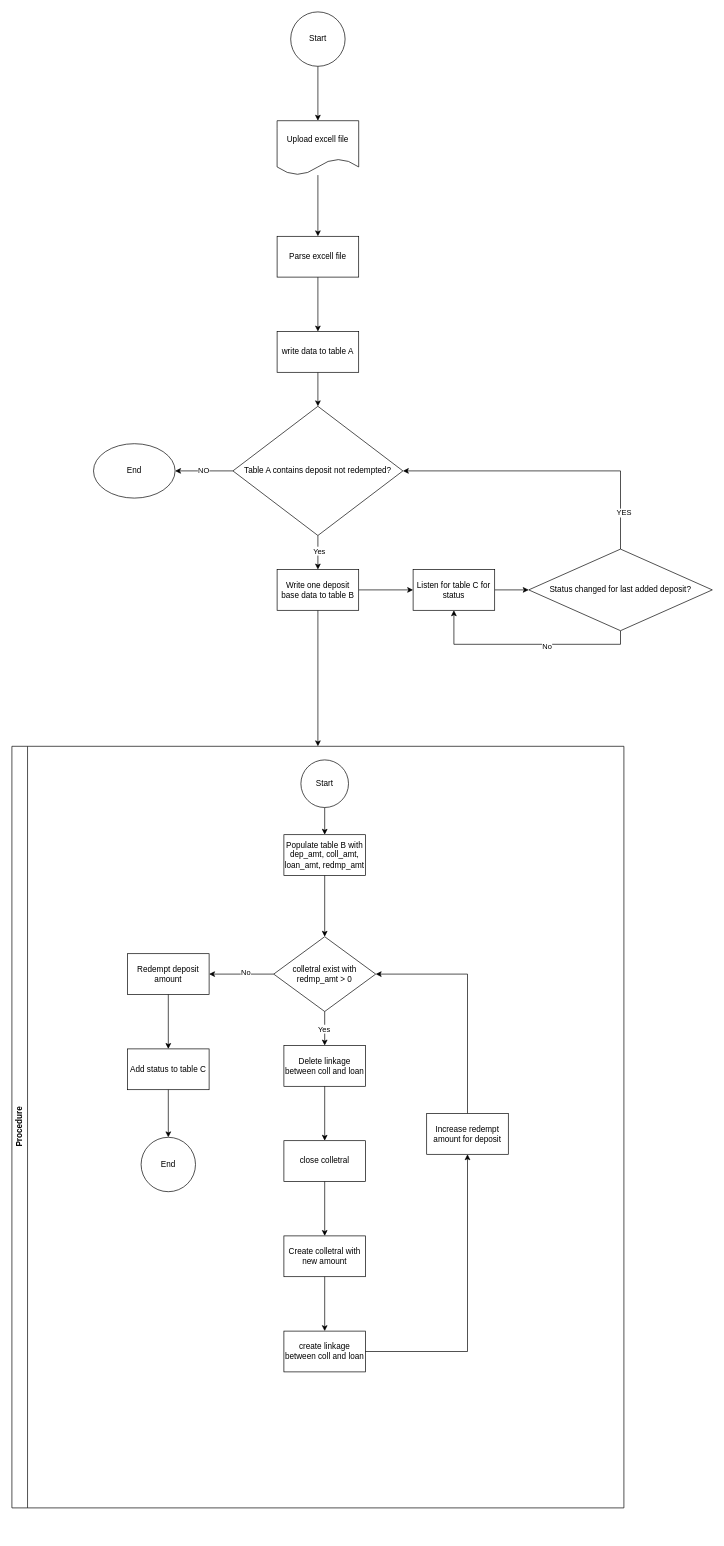
Earlier version of the draw.io diagram Untitled Diagram.drawio (mhasanov1996/diagrams). Source tidied: cells renumbered, new cells numbered last; positions are measured from the earlier drawing's top-left corner, leaving out a move shared by most shapes. Both pictures are drawn from the tidied source at 68%, with x=0, y=0 at pixel (12, 12).
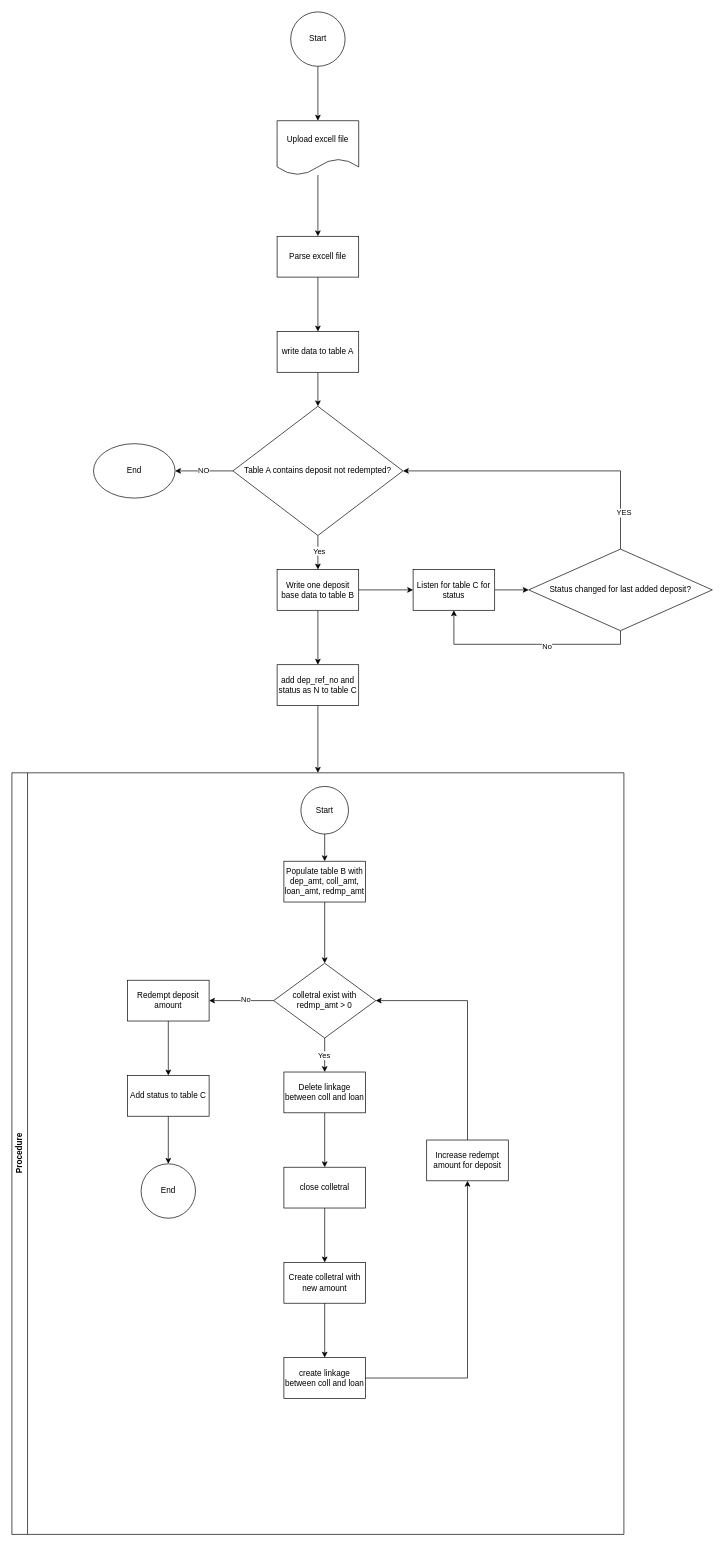
The same page after the edit.

Commit message:
Update with table C entry process

Unchanged cells that the change refers to:
```xml
<mxCell id="12" value="Write one deposit base data to table B" style="whiteSpace=wrap;html=1;" parent="1" vertex="1">
  <mxGeometry x="390" y="820" width="120" height="60" as="geometry" />
</mxCell>
```

The edit, as a diff of the source:
```diff
@@
-    <mxCell id="10" style="edgeStyle=orthogonalEdgeStyle;rounded=0;jettySize=auto;html=1;entryX=0.5;entryY=0;entryDx=0;entryDy=0;" parent="1" edge="1" source="12" target="18">
-      <mxGeometry relative="1" as="geometry" />
-    </mxCell>
@@
+    <mxCell id="50" style="edgeStyle=orthogonalEdgeStyle;rounded=0;jettySize=auto;html=1;" parent="1" edge="1" source="12" target="52">
+      <mxGeometry relative="1" as="geometry" />
+    </mxCell>
@@
     <mxCell id="18" value="Procedure" style="swimlane;horizontal=0;whiteSpace=wrap;html=1;" parent="1" vertex="1">
-      <mxGeometry y="1080" width="900" height="1120" as="geometry" />
+      <mxGeometry y="1119" width="900" height="1120" as="geometry" />
     </mxCell>
@@
+    <mxCell id="51" style="edgeStyle=orthogonalEdgeStyle;rounded=0;jettySize=auto;html=1;entryX=0.5;entryY=0;entryDx=0;entryDy=0;" parent="1" edge="1" source="52" target="18">
+      <mxGeometry relative="1" as="geometry" />
+    </mxCell>
+    <mxCell id="52" value="add dep_ref_no and status as N to table C" style="whiteSpace=wrap;html=1;" parent="1" vertex="1">
+      <mxGeometry x="390" y="960" width="120" height="60" as="geometry" />
+    </mxCell>
```
